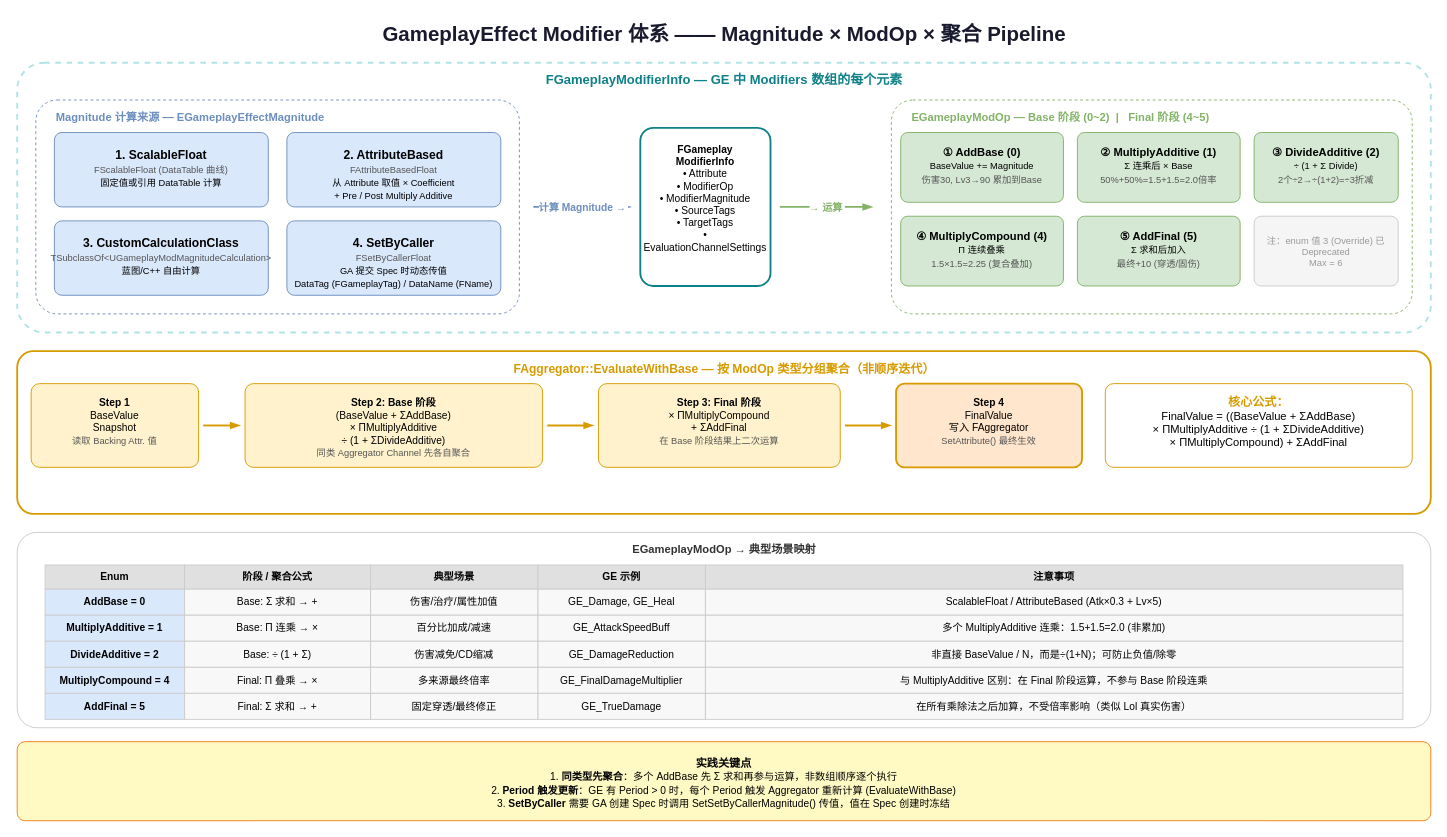
hijuzi/UE5GameWork keeps this draw.io diagram as Document/UE5Code/GAS/05-GameplayEffect/diagrams/GE_ModifierSystem.drawio. Above is the earlier version. Source tidied: cells renumbered, new cells numbered last; positions are measured from the earlier drawing's top-left corner, leaving out a move shared by most shapes. Both pictures are drawn from the tidied source at 93%, with x=0, y=0 at pixel (17, 16).
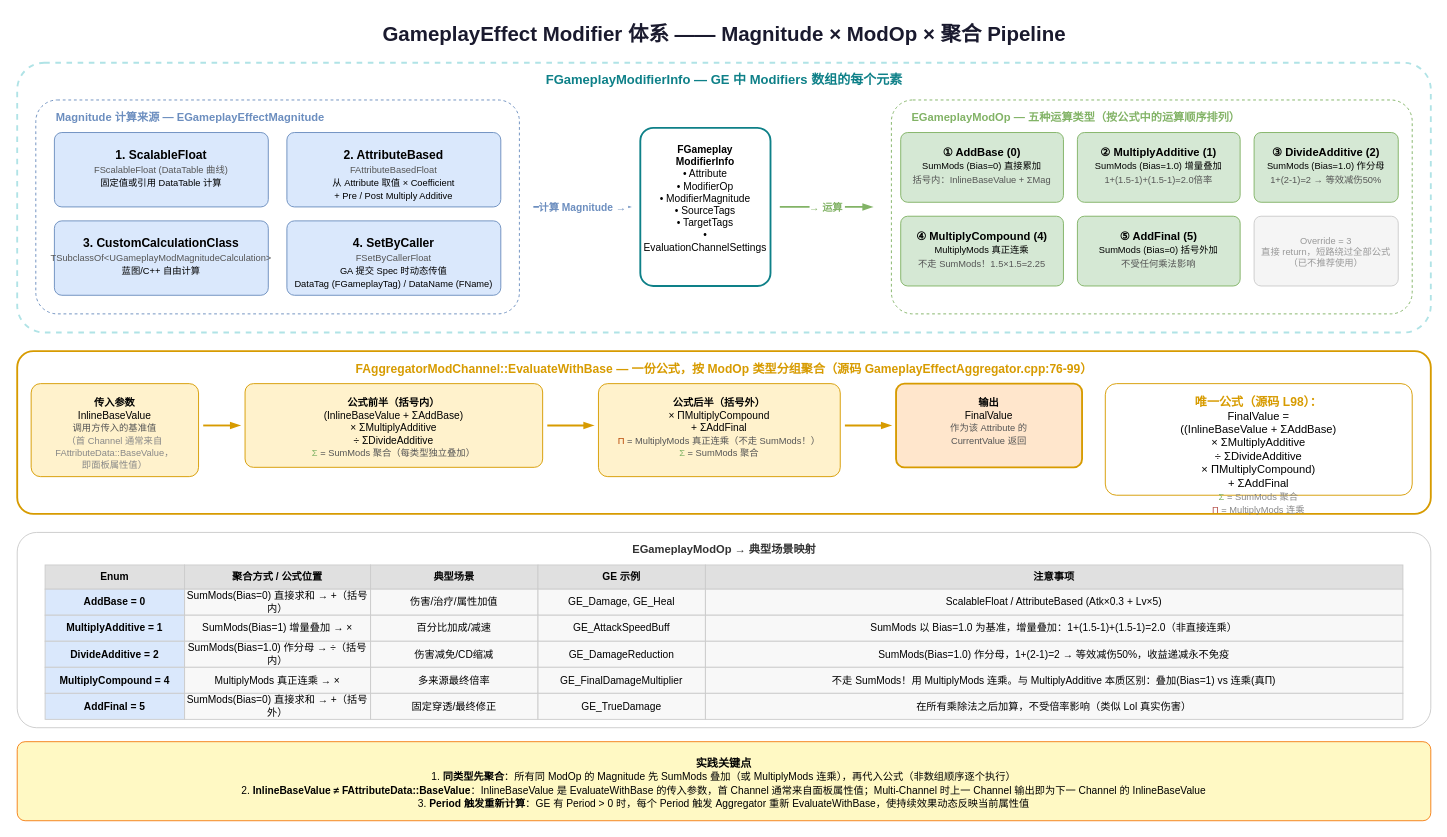
The same page after the edit.

What changed in the source:
```diff
@@
-    <mxCell id="15" value="&lt;b&gt;EGameplayModOp&lt;/b&gt; — Base 阶段 (0~2) &amp;nbsp;| &amp;nbsp; Final 阶段 (4~5)" style="text;html=1;fontSize=12;fontColor=#82b366;fontStyle=1;align=left;" parent="1" vertex="1">
+    <mxCell id="15" value="&lt;b&gt;EGameplayModOp&lt;/b&gt; — 五种运算类型（按公式中的运算顺序排列）" style="text;html=1;fontSize=12;fontColor=#82b366;fontStyle=1;align=left;" parent="1" vertex="1">
       <mxGeometry x="960" y="95" width="520" height="20" as="geometry" />
     </mxCell>
-    <mxCell id="16" value="&lt;b&gt;① AddBase (0)&lt;/b&gt;&lt;br&gt;&lt;font style=&quot;font-size:10px;&quot;&gt;BaseValue += Magnitude&lt;/font&gt;&lt;br&gt;&lt;font style=&quot;font-size:10px;color:#555;&quot;&gt;伤害30, Lv3→90 累加到Base&lt;/font&gt;" style="rounded=1;whiteSpace=wrap;html=1;fillColor=#d5e8d4;strokeColor=#82b366;strokeWidth=1;arcSize=10;fontSize=12;verticalAlign=top;spacingTop=8;" parent="1" vertex="1">
+    <mxCell id="16" value="&lt;b&gt;① AddBase (0)&lt;/b&gt;&lt;br&gt;&lt;font style=&quot;font-size:10px;&quot;&gt;SumMods (Bias=0) 直接累加&lt;/font&gt;&lt;br&gt;&lt;font style=&quot;font-size:10px;color:#555;&quot;&gt;括号内：InlineBaseValue + ΣMag&lt;/font&gt;" style="rounded=1;whiteSpace=wrap;html=1;fillColor=#d5e8d4;strokeColor=#82b366;strokeWidth=1;arcSize=10;fontSize=12;verticalAlign=top;spacingTop=8;" parent="1" vertex="1">
       <mxGeometry x="950" y="125" width="175" height="75" as="geometry" />
     </mxCell>
-    <mxCell id="17" value="&lt;b&gt;② MultiplyAdditive (1)&lt;/b&gt;&lt;br&gt;&lt;font style=&quot;font-size:10px;&quot;&gt;Σ 连乘后 × Base&lt;/font&gt;&lt;br&gt;&lt;font style=&quot;font-size:10px;color:#555;&quot;&gt;50%+50%=1.5+1.5=2.0倍率&lt;/font&gt;" style="rounded=1;whiteSpace=wrap;html=1;fillColor=#d5e8d4;strokeColor=#82b366;strokeWidth=1;arcSize=10;fontSize=12;verticalAlign=top;spacingTop=8;" parent="1" vertex="1">
+    <mxCell id="17" value="&lt;b&gt;② MultiplyAdditive (1)&lt;/b&gt;&lt;br&gt;&lt;font style=&quot;font-size:10px;&quot;&gt;SumMods (Bias=1.0) 增量叠加&lt;/font&gt;&lt;br&gt;&lt;font style=&quot;font-size:10px;color:#555;&quot;&gt;1+(1.5-1)+(1.5-1)=2.0倍率&lt;/font&gt;" style="rounded=1;whiteSpace=wrap;html=1;fillColor=#d5e8d4;strokeColor=#82b366;strokeWidth=1;arcSize=10;fontSize=12;verticalAlign=top;spacingTop=8;" parent="1" vertex="1">
       <mxGeometry x="1140" y="125" width="175" height="75" as="geometry" />
     </mxCell>
-    <mxCell id="18" value="&lt;b&gt;③ DivideAdditive (2)&lt;/b&gt;&lt;br&gt;&lt;font style=&quot;font-size:10px;&quot;&gt;÷ (1 + Σ Divide)&lt;/font&gt;&lt;br&gt;&lt;font style=&quot;font-size:10px;color:#555;&quot;&gt;2个÷2→÷(1+2)=÷3折减&lt;/font&gt;" style="rounded=1;whiteSpace=wrap;html=1;fillColor=#d5e8d4;strokeColor=#82b366;strokeWidth=1;arcSize=10;fontSize=12;verticalAlign=top;spacingTop=8;" parent="1" vertex="1">
+    <mxCell id="18" value="&lt;b&gt;③ DivideAdditive (2)&lt;/b&gt;&lt;br&gt;&lt;font style=&quot;font-size:10px;&quot;&gt;SumMods (Bias=1.0) 作分母&lt;/font&gt;&lt;br&gt;&lt;font style=&quot;font-size:10px;color:#555;&quot;&gt;1+(2-1)=2 → 等效减伤50%&lt;/font&gt;" style="rounded=1;whiteSpace=wrap;html=1;fillColor=#d5e8d4;strokeColor=#82b366;strokeWidth=1;arcSize=10;fontSize=12;verticalAlign=top;spacingTop=8;" parent="1" vertex="1">
       <mxGeometry x="1330" y="125" width="155" height="75" as="geometry" />
     </mxCell>
-    <mxCell id="19" value="&lt;b&gt;④ MultiplyCompound (4)&lt;/b&gt;&lt;br&gt;&lt;font style=&quot;font-size:10px;&quot;&gt;Π 连续叠乘&lt;/font&gt;&lt;br&gt;&lt;font style=&quot;font-size:10px;color:#555;&quot;&gt;1.5×1.5=2.25 (复合叠加)&lt;/font&gt;" style="rounded=1;whiteSpace=wrap;html=1;fillColor=#d5e8d4;strokeColor=#82b366;strokeWidth=1;arcSize=10;fontSize=12;verticalAlign=top;spacingTop=8;" parent="1" vertex="1">
+    <mxCell id="19" value="&lt;b&gt;④ MultiplyCompound (4)&lt;/b&gt;&lt;br&gt;&lt;font style=&quot;font-size:10px;&quot;&gt;MultiplyMods 真正连乘&lt;/font&gt;&lt;br&gt;&lt;font style=&quot;font-size:10px;color:#555;&quot;&gt;不走 SumMods！1.5×1.5=2.25&lt;/font&gt;" style="rounded=1;whiteSpace=wrap;html=1;fillColor=#d5e8d4;strokeColor=#82b366;strokeWidth=1;arcSize=10;fontSize=12;verticalAlign=top;spacingTop=8;" parent="1" vertex="1">
       <mxGeometry x="950" y="215" width="175" height="75" as="geometry" />
     </mxCell>
-    <mxCell id="20" value="&lt;b&gt;⑤ AddFinal (5)&lt;/b&gt;&lt;br&gt;&lt;font style=&quot;font-size:10px;&quot;&gt;Σ 求和后加入&lt;/font&gt;&lt;br&gt;&lt;font style=&quot;font-size:10px;color:#555;&quot;&gt;最终+10 (穿透/固伤)&lt;/font&gt;" style="rounded=1;whiteSpace=wrap;html=1;fillColor=#d5e8d4;strokeColor=#82b366;strokeWidth=1;arcSize=10;fontSize=12;verticalAlign=top;spacingTop=8;" parent="1" vertex="1">
+    <mxCell id="20" value="&lt;b&gt;⑤ AddFinal (5)&lt;/b&gt;&lt;br&gt;&lt;font style=&quot;font-size:10px;&quot;&gt;SumMods (Bias=0) 括号外加&lt;/font&gt;&lt;br&gt;&lt;font style=&quot;font-size:10px;color:#555;&quot;&gt;不受任何乘法影响&lt;/font&gt;" style="rounded=1;whiteSpace=wrap;html=1;fillColor=#d5e8d4;strokeColor=#82b366;strokeWidth=1;arcSize=10;fontSize=12;verticalAlign=top;spacingTop=8;" parent="1" vertex="1">
       <mxGeometry x="1140" y="215" width="175" height="75" as="geometry" />
     </mxCell>
-    <mxCell id="21" value="&lt;font style=&quot;font-size:10px;color:#999;&quot;&gt;注：enum 值 3 (Override) 已 Deprecated&lt;br&gt;Max = 6&lt;/font&gt;" style="rounded=1;whiteSpace=wrap;html=1;fillColor=#f5f5f5;strokeColor=#cccccc;strokeWidth=1;arcSize=10;fontSize=10;verticalAlign=middle;" parent="1" vertex="1">
+    <mxCell id="21" value="&lt;font style=&quot;font-size:10px;color:#999;&quot;&gt;Override = 3&lt;br&gt;直接 return，短路绕过全部公式&lt;br&gt;（已不推荐使用）&lt;/font&gt;" style="rounded=1;whiteSpace=wrap;html=1;fillColor=#f5f5f5;strokeColor=#cccccc;strokeWidth=1;arcSize=10;fontSize=10;verticalAlign=middle;" parent="1" vertex="1">
       <mxGeometry x="1330" y="215" width="155" height="75" as="geometry" />
     </mxCell>
@@
-    <mxCell id="23" value="&lt;b&gt;FAggregator::EvaluateWithBase&lt;/b&gt; — 按 ModOp 类型分组聚合（非顺序迭代）" style="text;html=1;fontSize=13;fontColor=#d79b00;fontStyle=1;align=center;" parent="1" vertex="1">
+    <mxCell id="23" value="&lt;b&gt;FAggregatorModChannel::EvaluateWithBase&lt;/b&gt; — 一份公式，按 ModOp 类型分组聚合（源码 GameplayEffectAggregator.cpp:76-99）" style="text;html=1;fontSize=13;fontColor=#d79b00;fontStyle=1;align=center;" parent="1" vertex="1">
       <mxGeometry x="310" y="365" width="900" height="20" as="geometry" />
     </mxCell>
-    <mxCell id="24" value="&lt;b&gt;Step 1&lt;/b&gt;&lt;br&gt;BaseValue&lt;br&gt;Snapshot&lt;br&gt;&lt;font style=&quot;font-size:10px;color:#555;&quot;&gt;读取 Backing Attr. 值&lt;/font&gt;" style="rounded=1;whiteSpace=wrap;html=1;fillColor=#fff2cc;strokeColor=#d79b00;strokeWidth=1;arcSize=10;fontSize=11;verticalAlign=top;spacingTop=8;" parent="1" vertex="1">
-      <mxGeometry x="15" y="395" width="180" height="90" as="geometry" />
+    <mxCell id="24" value="&lt;b&gt;传入参数&lt;/b&gt;&lt;br&gt;InlineBaseValue&lt;br&gt;&lt;font style=&quot;font-size:10px;color:#555;&quot;&gt;调用方传入的基准值&lt;/font&gt;&lt;br&gt;&lt;font style=&quot;font-size:10px;color:#888;&quot;&gt;（首 Channel 通常来自&lt;br&gt;FAttributeData::BaseValue，&lt;br&gt;即面板属性值）&lt;/font&gt;" style="rounded=1;whiteSpace=wrap;html=1;fillColor=#fff2cc;strokeColor=#d79b00;strokeWidth=1;arcSize=10;fontSize=11;verticalAlign=top;spacingTop=8;" parent="1" vertex="1">
+      <mxGeometry x="15" y="395" width="180" height="100" as="geometry" />
     </mxCell>
@@
-    <mxCell id="26" value="&lt;b&gt;Step 2: Base 阶段&lt;/b&gt;&lt;br&gt;(BaseValue + ΣAddBase)&lt;br&gt;× ΠMultiplyAdditive&lt;br&gt;÷ (1 + ΣDivideAdditive)&#10;&lt;font style=&quot;font-size:10px;color:#555;&quot;&gt;同类 Aggregator Channel 先各自聚合&lt;/font&gt;" style="rounded=1;whiteSpace=wrap;html=1;fillColor=#fff2cc;strokeColor=#d79b00;strokeWidth=1;arcSize=10;fontSize=11;verticalAlign=top;spacingTop=8;" parent="1" vertex="1">
+    <mxCell id="26" value="&lt;b&gt;公式前半（括号内）&lt;/b&gt;&lt;br&gt;(InlineBaseValue + ΣAddBase)&lt;br&gt;× ΣMultiplyAdditive&lt;br&gt;÷ ΣDivideAdditive&#10;&lt;font style=&quot;font-size:10px;color:#555;&quot;&gt;&lt;font color=&quot;#82b366&quot;&gt;Σ&lt;/font&gt; = SumMods 聚合（每类型独立叠加）&lt;/font&gt;" style="rounded=1;whiteSpace=wrap;html=1;fillColor=#fff2cc;strokeColor=#d79b00;strokeWidth=1;arcSize=10;fontSize=11;verticalAlign=top;spacingTop=8;" parent="1" vertex="1">
       <mxGeometry x="245" y="395" width="320" height="90" as="geometry" />
     </mxCell>
@@
-    <mxCell id="28" value="&lt;b&gt;Step 3: Final 阶段&lt;/b&gt;&lt;br&gt;× ΠMultiplyCompound&lt;br&gt;+ ΣAddFinal&lt;br&gt;&lt;font style=&quot;font-size:10px;color:#555;&quot;&gt;在 Base 阶段结果上二次运算&lt;/font&gt;" style="rounded=1;whiteSpace=wrap;html=1;fillColor=#fff2cc;strokeColor=#d79b00;strokeWidth=1;arcSize=10;fontSize=11;verticalAlign=top;spacingTop=8;" parent="1" vertex="1">
-      <mxGeometry x="625" y="395" width="260" height="90" as="geometry" />
+    <mxCell id="28" value="&lt;b&gt;公式后半（括号外）&lt;/b&gt;&lt;br&gt;× ΠMultiplyCompound&lt;br&gt;+ ΣAddFinal&lt;br&gt;&lt;font style=&quot;font-size:10px;color:#555;&quot;&gt;&lt;font color=&quot;#b85450;&quot;&gt;Π&lt;/font&gt; = MultiplyMods 真正连乘（不走 SumMods！）&lt;br&gt;&lt;font color=&quot;#82b366&quot;&gt;Σ&lt;/font&gt; = SumMods 聚合&lt;/font&gt;" style="rounded=1;whiteSpace=wrap;html=1;fillColor=#fff2cc;strokeColor=#d79b00;strokeWidth=1;arcSize=10;fontSize=11;verticalAlign=top;spacingTop=8;" parent="1" vertex="1">
+      <mxGeometry x="625" y="395" width="260" height="100" as="geometry" />
     </mxCell>
@@
-    <mxCell id="30" value="&lt;b&gt;Step 4&lt;/b&gt;&lt;br&gt;FinalValue&lt;br&gt;写入 FAggregator&lt;br&gt;&lt;font style=&quot;font-size:10px;color:#555;&quot;&gt;SetAttribute() 最终生效&lt;/font&gt;" style="rounded=1;whiteSpace=wrap;html=1;fillColor=#ffe6cc;strokeColor=#d79b00;strokeWidth=2;arcSize=10;fontSize=11;verticalAlign=top;spacingTop=8;" parent="1" vertex="1">
+    <mxCell id="30" value="&lt;b&gt;输出&lt;/b&gt;&lt;br&gt;FinalValue&lt;br&gt;&lt;font style=&quot;font-size:10px;color:#555;&quot;&gt;作为该 Attribute 的&lt;/font&gt;&lt;br&gt;&lt;font style=&quot;font-size:10px;color:#555;&quot;&gt;CurrentValue 返回&lt;/font&gt;" style="rounded=1;whiteSpace=wrap;html=1;fillColor=#ffe6cc;strokeColor=#d79b00;strokeWidth=2;arcSize=10;fontSize=11;verticalAlign=top;spacingTop=8;" parent="1" vertex="1">
       <mxGeometry x="945" y="395" width="200" height="90" as="geometry" />
     </mxCell>
-    <mxCell id="31" value="&lt;b style=&quot;font-size:13px;color:#d79b00;&quot;&gt;核心公式：&lt;/b&gt;&lt;br&gt;&lt;font style=&quot;font-size:12px;&quot;&gt;FinalValue = ((BaseValue + ΣAddBase)&lt;br&gt;× ΠMultiplyAdditive ÷ (1 + ΣDivideAdditive)&lt;br&gt;× ΠMultiplyCompound) + ΣAddFinal&lt;/font&gt;" style="rounded=1;whiteSpace=wrap;html=1;fillColor=#ffffff;strokeColor=#d79b00;strokeWidth=1;arcSize=10;fontSize=12;fontStyle=0;verticalAlign=top;spacingTop=6;" parent="1" vertex="1">
-      <mxGeometry x="1170" y="395" width="330" height="90" as="geometry" />
+    <mxCell id="31" value="&lt;b style=&quot;font-size:13px;color:#d79b00;&quot;&gt;唯一公式（源码 L98）：&lt;/b&gt;&lt;br&gt;&lt;font style=&quot;font-size:12px;&quot;&gt;FinalValue =&lt;/font&gt;&lt;br&gt;&lt;font style=&quot;font-size:12px;&quot;&gt;((InlineBaseValue + ΣAddBase)&lt;br&gt;× ΣMultiplyAdditive&lt;br&gt;÷ ΣDivideAdditive&lt;br&gt;× ΠMultiplyCompound)&lt;br&gt;+ ΣAddFinal&lt;/font&gt;&#10;&lt;font style=&quot;font-size:10px;color:#888;&quot;&gt;&lt;font color=&quot;#82b366&quot;&gt;Σ&lt;/font&gt; = SumMods 聚合&lt;br&gt;&lt;font color=&quot;#b85450&quot;&gt;Π&lt;/font&gt; = MultiplyMods 连乘&lt;/font&gt;" style="rounded=1;whiteSpace=wrap;html=1;fillColor=#ffffff;strokeColor=#d79b00;strokeWidth=1;arcSize=10;fontSize=12;fontStyle=0;verticalAlign=top;spacingTop=6;" parent="1" vertex="1">
+      <mxGeometry x="1170" y="395" width="330" height="120" as="geometry" />
     </mxCell>
@@
-    <mxCell id="35" value="&lt;b&gt;阶段 / 聚合公式&lt;/b&gt;" style="rounded=0;whiteSpace=wrap;html=1;fillColor=#e0e0e0;strokeColor=#cccccc;fontSize=11;fontStyle=1;" parent="1" vertex="1">
+    <mxCell id="35" value="&lt;b&gt;聚合方式 / 公式位置&lt;/b&gt;" style="rounded=0;whiteSpace=wrap;html=1;fillColor=#e0e0e0;strokeColor=#cccccc;fontSize=11;fontStyle=1;" parent="1" vertex="1">
       <mxGeometry x="180" y="590" width="200" height="26" as="geometry" />
     </mxCell>
@@
-    <mxCell id="40" value="Base: Σ 求和 → +" style="rounded=0;whiteSpace=wrap;html=1;fillColor=#f8f8f8;strokeColor=#cccccc;fontSize=11;" parent="1" vertex="1">
+    <mxCell id="40" value="SumMods(Bias=0) 直接求和 → +（括号内）" style="rounded=0;whiteSpace=wrap;html=1;fillColor=#f8f8f8;strokeColor=#cccccc;fontSize=11;" parent="1" vertex="1">
       <mxGeometry x="180" y="616" width="200" height="28" as="geometry" />
     </mxCell>
@@
-    <mxCell id="45" value="Base: Π 连乘 → ×" style="rounded=0;whiteSpace=wrap;html=1;fillColor=#f8f8f8;strokeColor=#cccccc;fontSize=11;" parent="1" vertex="1">
+    <mxCell id="45" value="SumMods(Bias=1) 增量叠加 → ×" style="rounded=0;whiteSpace=wrap;html=1;fillColor=#f8f8f8;strokeColor=#cccccc;fontSize=11;" parent="1" vertex="1">
       <mxGeometry x="180" y="644" width="200" height="28" as="geometry" />
     </mxCell>
@@
-    <mxCell id="48" value="多个 MultiplyAdditive 连乘：1.5+1.5=2.0 (非累加)" style="rounded=0;whiteSpace=wrap;html=1;fillColor=#f8f8f8;strokeColor=#cccccc;fontSize=11;" parent="1" vertex="1">
+    <mxCell id="48" value="SumMods 以 Bias=1.0 为基准，增量叠加：1+(1.5-1)+(1.5-1)=2.0（非直接连乘）" style="rounded=0;whiteSpace=wrap;html=1;fillColor=#f8f8f8;strokeColor=#cccccc;fontSize=11;" parent="1" vertex="1">
       <mxGeometry x="740" y="644" width="750" height="28" as="geometry" />
     </mxCell>
@@
-    <mxCell id="50" value="Base: ÷ (1 + Σ)" style="rounded=0;whiteSpace=wrap;html=1;fillColor=#f8f8f8;strokeColor=#cccccc;fontSize=11;" parent="1" vertex="1">
+    <mxCell id="50" value="SumMods(Bias=1.0) 作分母 → ÷（括号内）" style="rounded=0;whiteSpace=wrap;html=1;fillColor=#f8f8f8;strokeColor=#cccccc;fontSize=11;" parent="1" vertex="1">
       <mxGeometry x="180" y="672" width="200" height="28" as="geometry" />
     </mxCell>
@@
-    <mxCell id="53" value="非直接 BaseValue / N，而是÷(1+N)；可防止负值/除零" style="rounded=0;whiteSpace=wrap;html=1;fillColor=#f8f8f8;strokeColor=#cccccc;fontSize=11;" parent="1" vertex="1">
+    <mxCell id="53" value="SumMods(Bias=1.0) 作分母，1+(2-1)=2 → 等效减伤50%，收益递减永不免疫" style="rounded=0;whiteSpace=wrap;html=1;fillColor=#f8f8f8;strokeColor=#cccccc;fontSize=11;" parent="1" vertex="1">
       <mxGeometry x="740" y="672" width="750" height="28" as="geometry" />
     </mxCell>
@@
-    <mxCell id="55" value="Final: Π 叠乘 → ×" style="rounded=0;whiteSpace=wrap;html=1;fillColor=#f8f8f8;strokeColor=#cccccc;fontSize=11;" parent="1" vertex="1">
+    <mxCell id="55" value="MultiplyMods 真正连乘 → ×" style="rounded=0;whiteSpace=wrap;html=1;fillColor=#f8f8f8;strokeColor=#cccccc;fontSize=11;" parent="1" vertex="1">
       <mxGeometry x="180" y="700" width="200" height="28" as="geometry" />
     </mxCell>
@@
-    <mxCell id="58" value="与 MultiplyAdditive 区别：在 Final 阶段运算，不参与 Base 阶段连乘" style="rounded=0;whiteSpace=wrap;html=1;fillColor=#f8f8f8;strokeColor=#cccccc;fontSize=11;" parent="1" vertex="1">
+    <mxCell id="58" value="不走 SumMods！用 MultiplyMods 连乘。与 MultiplyAdditive 本质区别：叠加(Bias=1) vs 连乘(真Π)" style="rounded=0;whiteSpace=wrap;html=1;fillColor=#f8f8f8;strokeColor=#cccccc;fontSize=11;" parent="1" vertex="1">
       <mxGeometry x="740" y="700" width="750" height="28" as="geometry" />
     </mxCell>
@@
-    <mxCell id="60" value="Final: Σ 求和 → +" style="rounded=0;whiteSpace=wrap;html=1;fillColor=#f8f8f8;strokeColor=#cccccc;fontSize=11;" parent="1" vertex="1">
+    <mxCell id="60" value="SumMods(Bias=0) 直接求和 → +（括号外）" style="rounded=0;whiteSpace=wrap;html=1;fillColor=#f8f8f8;strokeColor=#cccccc;fontSize=11;" parent="1" vertex="1">
       <mxGeometry x="180" y="728" width="200" height="28" as="geometry" />
     </mxCell>
@@
-    <mxCell id="64" value="&lt;b&gt;实践关键点&lt;/b&gt;&lt;br&gt;&lt;font style=&quot;font-size:11px;&quot;&gt;1. &lt;b&gt;同类型先聚合&lt;/b&gt;：多个 AddBase 先 Σ 求和再参与运算，非数组顺序逐个执行&lt;br&gt;2. &lt;b&gt;Period 触发更新&lt;/b&gt;：GE 有 Period &gt; 0 时，每个 Period 触发 Aggregator 重新计算 (EvaluateWithBase)&lt;br&gt;3. &lt;b&gt;SetByCaller&lt;/b&gt; 需要 GA 创建 Spec 时调用 SetSetByCallerMagnitude() 传值，值在 Spec 创建时冻结&lt;/font&gt;" style="rounded=1;whiteSpace=wrap;html=1;fillColor=#FFF9C4;strokeColor=#F57F17;strokeWidth=1;arcSize=10;fontSize=12;verticalAlign=top;spacingTop=10;" parent="1" vertex="1">
+    <mxCell id="64" value="&lt;b&gt;实践关键点&lt;/b&gt;&lt;br&gt;&lt;font style=&quot;font-size:11px;&quot;&gt;1. &lt;b&gt;同类型先聚合&lt;/b&gt;：所有同 ModOp 的 Magnitude 先 SumMods 叠加（或 MultiplyMods 连乘），再代入公式（非数组顺序逐个执行）&lt;br&gt;2. &lt;b&gt;InlineBaseValue ≠ FAttributeData::BaseValue&lt;/b&gt;：InlineBaseValue 是 EvaluateWithBase 的传入参数，首 Channel 通常来自面板属性值；Multi-Channel 时上一 Channel 输出即为下一 Channel 的 InlineBaseValue&lt;br&gt;3. &lt;b&gt;Period 触发重新计算&lt;/b&gt;：GE 有 Period &gt; 0 时，每个 Period 触发 Aggregator 重新 EvaluateWithBase，使持续效果动态反映当前属性值&lt;/font&gt;" style="rounded=1;whiteSpace=wrap;html=1;fillColor=#FFF9C4;strokeColor=#F57F17;strokeWidth=1;arcSize=10;fontSize=12;verticalAlign=top;spacingTop=10;" parent="1" vertex="1">
       <mxGeometry y="780" width="1520" height="85" as="geometry" />
     </mxCell>
```
